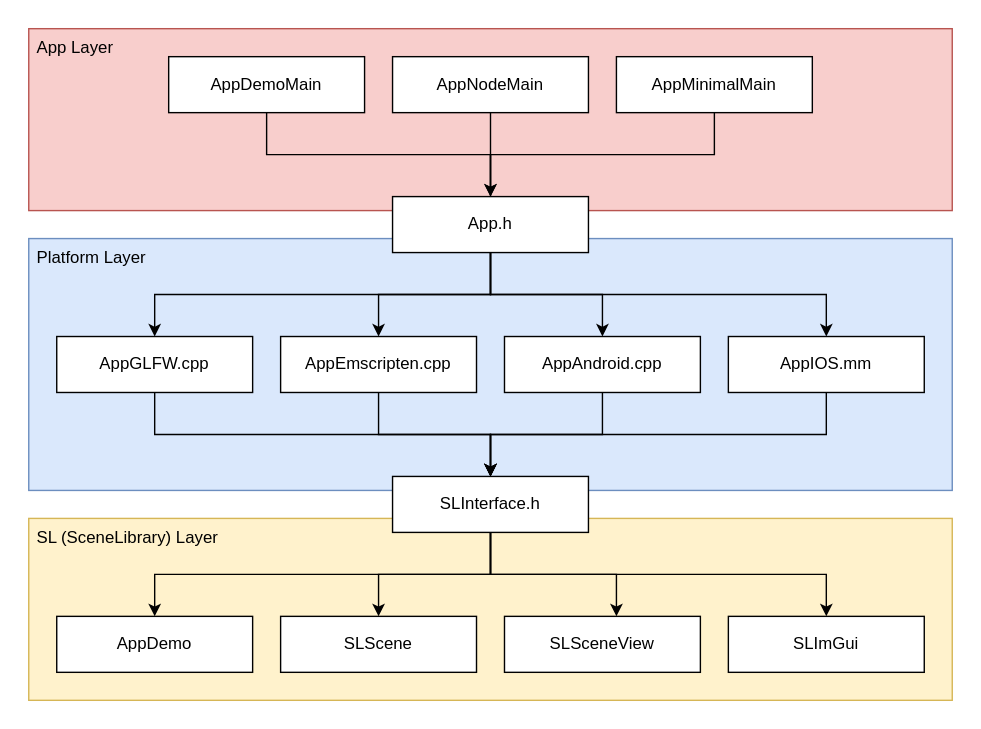
cpvrlab/SLProject4 keeps this draw.io diagram as docs/images/app_framework.svg. Above is the earlier version. Source tidied: cells renumbered, new cells last; positions are measured from the earlier drawing's top-left corner, leaving out a move shared by most shapes.
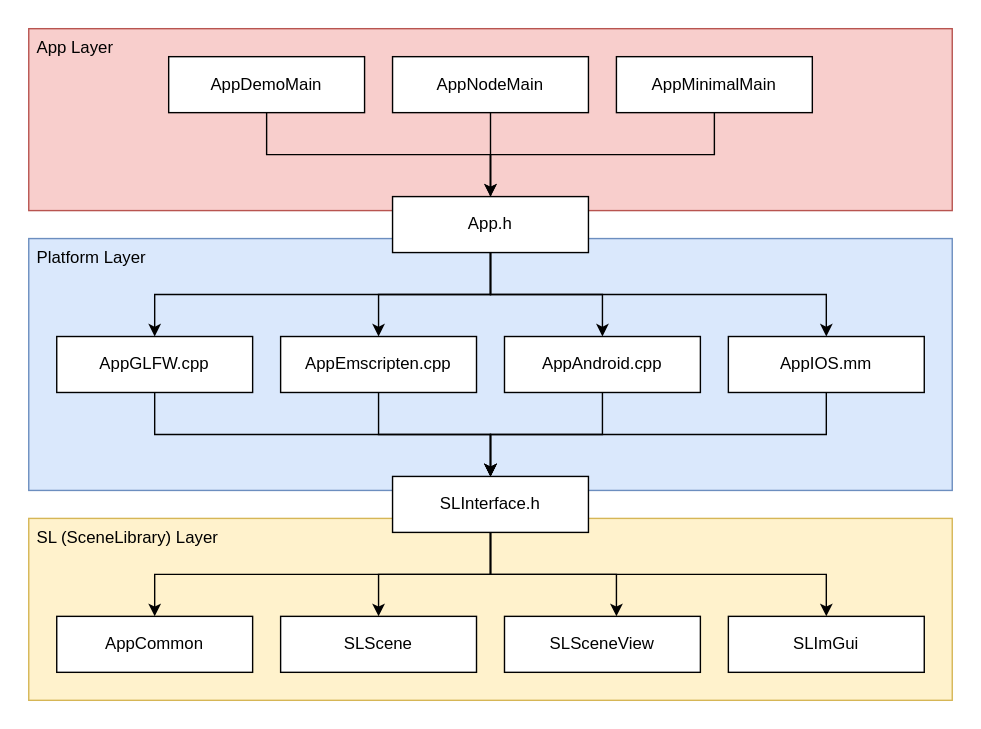
Later version of the same file.

Diff of the diagram source:
```diff
@@ -154,7 +154,7 @@
     <mxCell id="28" value="&lt;a href=&quot;https://cpvrlab.github.io/SLProject4/_s_l_interface_8h.html&quot;&gt;SLInterface.h&lt;/a&gt;" style="rounded=0;whiteSpace=wrap;html=1;" parent="1" vertex="1">
       <mxGeometry x="260" y="320" width="140" height="40" as="geometry" />
     </mxCell>
-    <mxCell id="29" value="&lt;a href=&quot;https://cpvrlab.github.io/SLProject4/_app_demo_8h.html&quot;&gt;AppDemo&lt;/a&gt;" style="rounded=0;whiteSpace=wrap;html=1;" parent="1" vertex="1">
+    <mxCell id="29" value="&lt;a href=&quot;https://cpvrlab.github.io/SLProject4/_app_demo_8h.html&quot;&gt;AppCommon&lt;/a&gt;" style="rounded=0;whiteSpace=wrap;html=1;" parent="1" vertex="1">
       <mxGeometry x="20" y="420" width="140" height="40" as="geometry" />
     </mxCell>
     <mxCell id="30" value="&lt;a href=&quot;https://cpvrlab.github.io/SLProject4/class_s_l_scene.html&quot;&gt;SLScene&lt;/a&gt;" style="rounded=0;whiteSpace=wrap;html=1;" parent="1" vertex="1">
```
